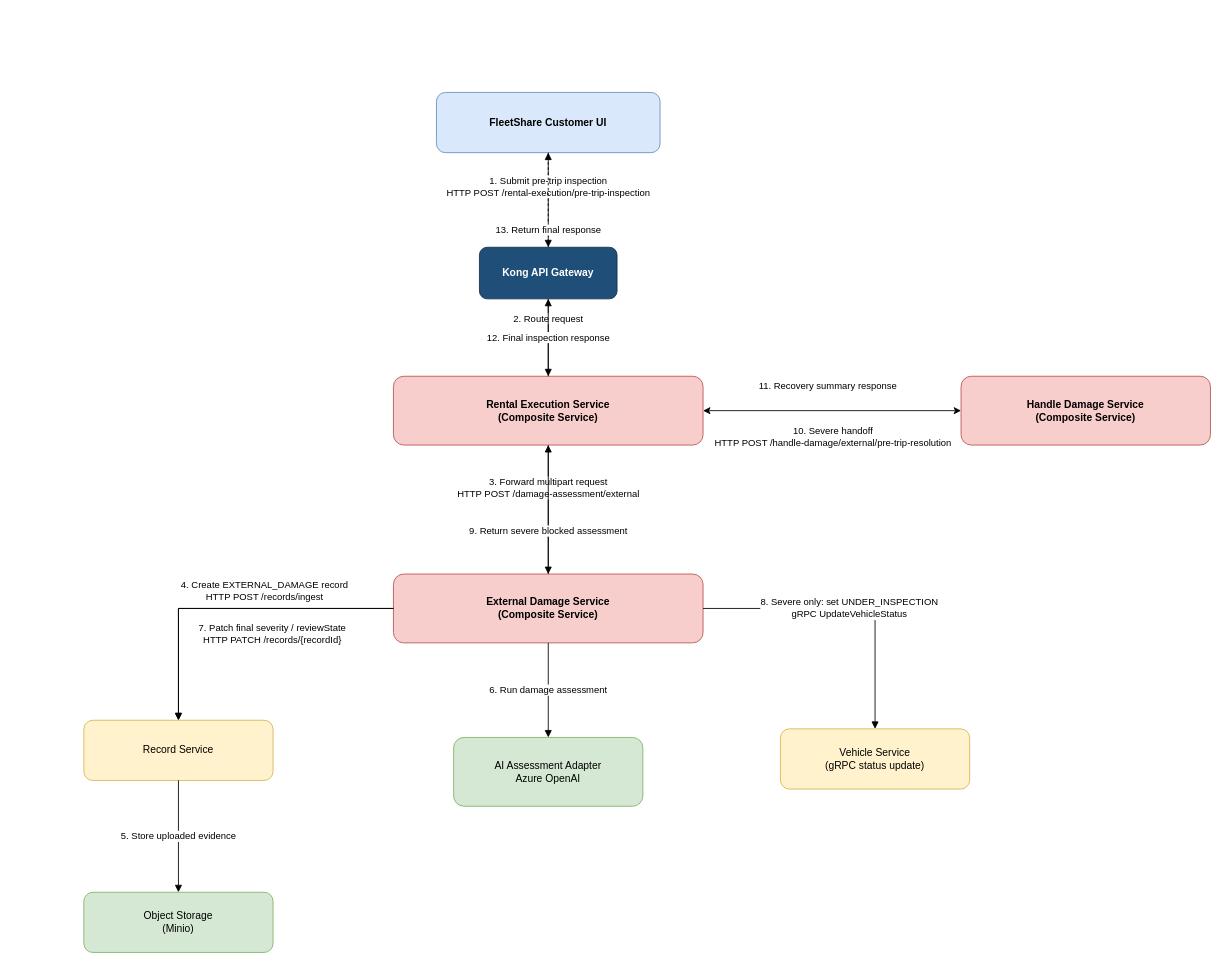
srikartejab/fleetshare keeps this draw.io diagram as docs/report/us2a-pre-trip-external-damage.drawio. Above is the earlier version. Source tidied: cells renumbered, new cells numbered last; positions are measured from the earlier drawing's top-left corner, leaving out a move shared by most shapes. Both pictures are drawn from the tidied source at 86%, with x=0, y=0 at pixel (83, 92).
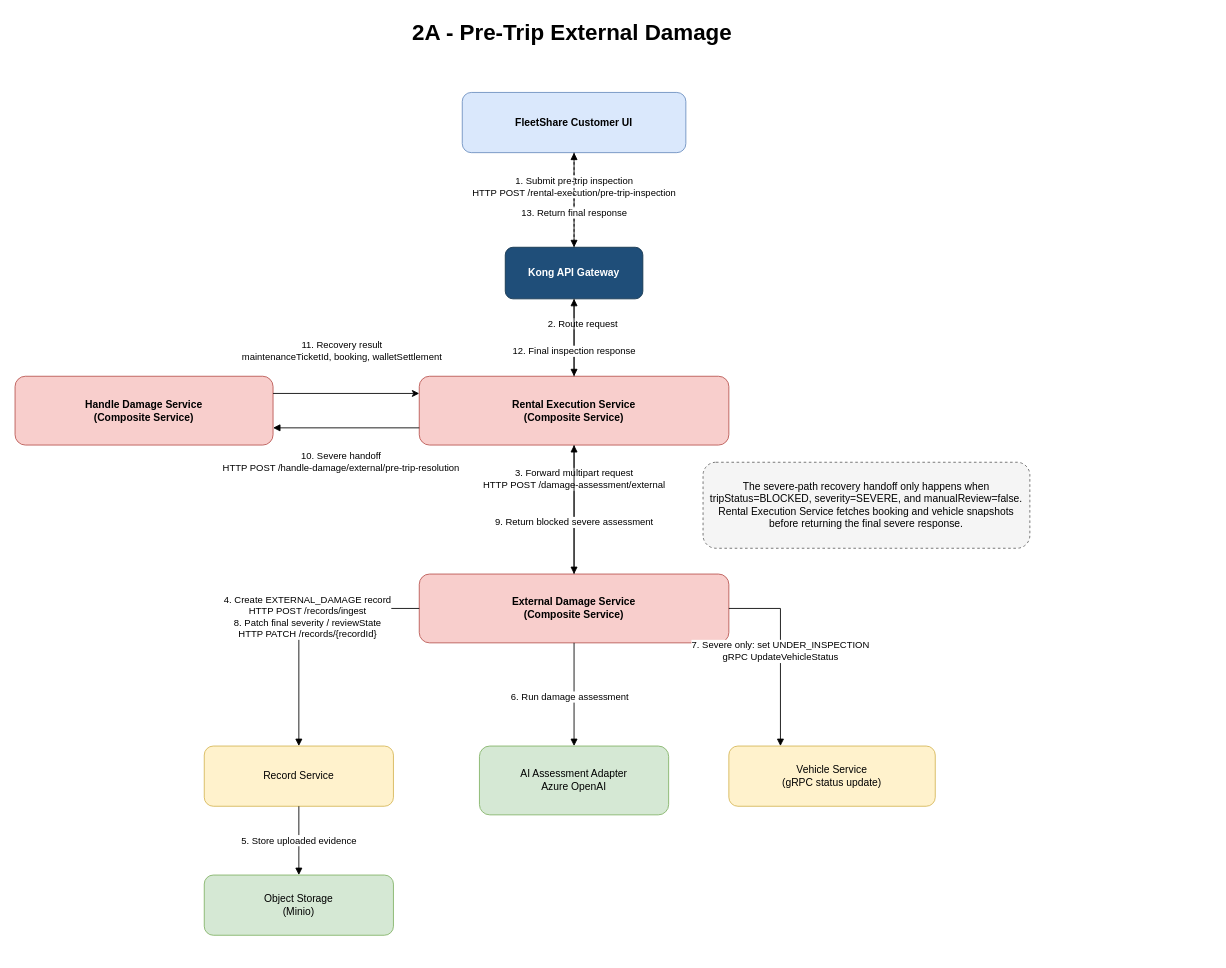
The same page after the edit.

Diff of the diagram source:
```diff
@@
+    <mxCell id="25" value="2A - Pre-Trip External Damage" style="text;html=1;strokeColor=none;fillColor=none;align=left;verticalAlign=middle;fontSize=26;fontStyle=1;" parent="1" vertex="1">
+      <mxGeometry x="380" y="-90" width="500" height="40" as="geometry" />
+    </mxCell>
     <mxCell id="2" value="FleetShare Customer UI" style="rounded=1;whiteSpace=wrap;html=1;fillColor=#dae8fc;strokeColor=#6c8ebf;fontStyle=1;" parent="1" vertex="1">
-      <mxGeometry x="410" width="260" height="70" as="geometry" />
+      <mxGeometry x="440" width="260" height="70" as="geometry" />
     </mxCell>
     <mxCell id="3" value="Kong API Gateway" style="rounded=1;whiteSpace=wrap;html=1;fillColor=#1f4e79;strokeColor=#12344d;fontColor=#ffffff;fontStyle=1;" parent="1" vertex="1">
-      <mxGeometry x="460" y="180" width="160" height="60" as="geometry" />
+      <mxGeometry x="490" y="180" width="160" height="60" as="geometry" />
     </mxCell>
     <mxCell id="4" value="Rental Execution Service&#10;(Composite Service)" style="rounded=1;whiteSpace=wrap;html=1;fillColor=#f8cecc;strokeColor=#b85450;fontStyle=1;" parent="1" vertex="1">
-      <mxGeometry x="360" y="330" width="360" height="80" as="geometry" />
+      <mxGeometry x="390" y="330" width="360" height="80" as="geometry" />
     </mxCell>
     <mxCell id="5" value="External Damage Service&#10;(Composite Service)" style="rounded=1;whiteSpace=wrap;html=1;fillColor=#f8cecc;strokeColor=#b85450;fontStyle=1;" parent="1" vertex="1">
-      <mxGeometry x="360" y="560" width="360" height="80" as="geometry" />
+      <mxGeometry x="390" y="560" width="360" height="80" as="geometry" />
     </mxCell>
     <mxCell id="6" value="Record Service" style="rounded=1;whiteSpace=wrap;html=1;fillColor=#fff2cc;strokeColor=#d6b656;" parent="1" vertex="1">
-      <mxGeometry y="730" width="220" height="70" as="geometry" />
+      <mxGeometry x="140" y="760" width="220" height="70" as="geometry" />
     </mxCell>
     <mxCell id="7" value="Object Storage&lt;br&gt;(Minio)" style="rounded=1;whiteSpace=wrap;html=1;fillColor=#d5e8d4;strokeColor=#82b366;" parent="1" vertex="1">
-      <mxGeometry y="930" width="220" height="70" as="geometry" />
+      <mxGeometry x="140" y="910" width="220" height="70" as="geometry" />
     </mxCell>
     <mxCell id="8" value="AI Assessment Adapter&lt;br&gt;Azure OpenAI" style="rounded=1;whiteSpace=wrap;html=1;fillColor=#d5e8d4;strokeColor=#82b366;" parent="1" vertex="1">
-      <mxGeometry x="430" y="750" width="220" height="80" as="geometry" />
+      <mxGeometry x="460" y="760" width="220" height="80" as="geometry" />
     </mxCell>
-    <mxCell id="9" value="Vehicle Service&#10;(gRPC status update)" style="rounded=1;whiteSpace=wrap;html=1;fillColor=#fff2cc;strokeColor=#d6b656;" parent="1" vertex="1">
-      <mxGeometry x="810" y="740" width="220" height="70" as="geometry" />
+    <mxCell id="9" value="Vehicle Service&lt;br&gt;(gRPC status update)" style="rounded=1;whiteSpace=wrap;html=1;fillColor=#fff2cc;strokeColor=#d6b656;" parent="1" vertex="1">
+      <mxGeometry x="750" y="760" width="240" height="70" as="geometry" />
     </mxCell>
-    <mxCell id="10" value="Handle Damage Service&lt;div&gt;&lt;span style=&quot;color: rgb(0, 0, 0);&quot;&gt;(Composite Service)&lt;/span&gt;&lt;/div&gt;" style="rounded=1;whiteSpace=wrap;html=1;fillColor=#f8cecc;strokeColor=#b85450;fontStyle=1;" parent="1" vertex="1">
-      <mxGeometry x="1020" y="330" width="290" height="80" as="geometry" />
+    <mxCell id="10" value="Handle Damage Service&#10;(Composite Service)" style="rounded=1;whiteSpace=wrap;html=1;fillColor=#f8cecc;strokeColor=#b85450;fontStyle=1;" parent="1" vertex="1">
+      <mxGeometry x="-80" y="330" width="300" height="80" as="geometry" />
     </mxCell>
@@
     <mxCell id="12" value="2. Route request" style="edgeStyle=orthogonalEdgeStyle;rounded=0;html=1;endArrow=block;endFill=1;" parent="1" edge="1" source="3" target="4">
-      <mxGeometry x="-0.5" relative="1" as="geometry" />
+      <mxGeometry x="-0.33" y="10" relative="1" as="geometry">
+        <mxPoint y="-1" as="offset" />
+      </mxGeometry>
     </mxCell>
     <mxCell id="13" value="3. Forward multipart request&#10;HTTP POST /damage-assessment/external" style="edgeStyle=orthogonalEdgeStyle;rounded=0;html=1;endArrow=block;endFill=1;" parent="1" edge="1" source="4" target="5">
-      <mxGeometry x="-0.33" relative="1" as="geometry" />
+      <mxGeometry x="-0.47" relative="1" as="geometry" />
     </mxCell>
-    <mxCell id="14" value="4. Create EXTERNAL_DAMAGE record&#10;HTTP POST /records/ingest" style="edgeStyle=orthogonalEdgeStyle;rounded=0;html=1;endArrow=block;endFill=1;" parent="1" edge="1" source="5" target="6">
-      <mxGeometry x="-0.21" y="-20" relative="1" as="geometry" />
+    <mxCell id="14" value="4. Create EXTERNAL_DAMAGE record&#10;HTTP POST /records/ingest&#10;8. Patch final severity / reviewState&#10;HTTP PATCH /records/{recordId}" style="edgeStyle=orthogonalEdgeStyle;rounded=0;html=1;endArrow=block;endFill=1;" parent="1" edge="1" source="5" target="6">
+      <mxGeometry y="10" relative="1" as="geometry" />
     </mxCell>
@@
     <mxCell id="16" value="6. Run damage assessment" style="edgeStyle=orthogonalEdgeStyle;rounded=0;html=1;endArrow=block;endFill=1;" parent="1" edge="1" source="5" target="8">
-      <mxGeometry relative="1" as="geometry" />
+      <mxGeometry x="0.05" y="-5" relative="1" as="geometry" />
     </mxCell>
-    <mxCell id="17" value="7. Patch final severity / reviewState&#10;HTTP PATCH /records/{recordId}" style="edgeStyle=orthogonalEdgeStyle;rounded=0;html=1;endArrow=block;endFill=1;" parent="1" edge="1" source="5" target="6">
-      <mxGeometry x="-0.26" y="30" relative="1" as="geometry">
-        <Array as="points">
-          <mxPoint x="110" y="600" />
-        </Array>
-      </mxGeometry>
+    <mxCell id="17" value="7. Severe only: set UNDER_INSPECTION&#10;gRPC UpdateVehicleStatus" style="edgeStyle=orthogonalEdgeStyle;rounded=0;html=1;endArrow=block;endFill=1;exitX=1;exitY=0.5;exitDx=0;exitDy=0;entryX=0.25;entryY=0;entryDx=0;entryDy=0;" parent="1" edge="1" source="5" target="9">
+      <mxGeometry relative="1" as="geometry" />
     </mxCell>
-    <mxCell id="18" value="8. Severe only: set UNDER_INSPECTION&#10;gRPC UpdateVehicleStatus" style="edgeStyle=orthogonalEdgeStyle;rounded=0;html=1;endArrow=block;endFill=1;" parent="1" edge="1" source="5" target="9">
-      <mxGeometry relative="1" as="geometry" />
+    <mxCell id="18" value="9. Return blocked severe assessment" style="edgeStyle=orthogonalEdgeStyle;rounded=0;html=1;endArrow=block;endFill=1;" parent="1" edge="1" source="5" target="4">
+      <mxGeometry x="-0.2" relative="1" as="geometry" />
     </mxCell>
-    <mxCell id="19" value="9. Return severe blocked assessment" style="edgeStyle=orthogonalEdgeStyle;rounded=0;html=1;endArrow=block;endFill=1;" parent="1" edge="1" source="5" target="4">
-      <mxGeometry x="-0.33" relative="1" as="geometry" />
-    </mxCell>
-    <mxCell id="20" value="12. Final inspection response" style="edgeStyle=orthogonalEdgeStyle;rounded=0;html=1;endArrow=block;endFill=1;entryX=0.5;entryY=1;entryDx=0;entryDy=0;" parent="1" edge="1" source="4" target="3">
-      <mxGeometry relative="1" as="geometry" />
-    </mxCell>
+    <mxCell id="24" value="10. Severe handoff&lt;br&gt;HTTP POST /handle-damage/external/pre-trip-resolution" style="edgeStyle=orthogonalEdgeStyle;rounded=0;html=1;endArrow=block;endFill=1;exitX=0;exitY=0.75;exitDx=0;exitDy=0;entryX=1;entryY=0.75;entryDx=0;entryDy=0;" parent="1" edge="1" source="4" target="10">
+      <mxGeometry x="0.06" y="40" relative="1" as="geometry">
+        <mxPoint x="-1" as="offset" />
+      </mxGeometry>
+    </mxCell>
-    <mxCell id="21" value="13. Return final response" style="edgeStyle=orthogonalEdgeStyle;rounded=0;html=1;endArrow=block;endFill=1;dashed=1;" parent="1" edge="1" source="3" target="2">
-      <mxGeometry x="-0.64" relative="1" as="geometry" />
+    <mxCell id="21" value="12. Final inspection response" style="edgeStyle=orthogonalEdgeStyle;rounded=0;html=1;endArrow=block;endFill=1;" parent="1" edge="1" source="4" target="3">
+      <mxGeometry x="-0.33" relative="1" as="geometry">
+        <mxPoint y="1" as="offset" />
+      </mxGeometry>
     </mxCell>
-    <mxCell id="22" style="endArrow=classic;startArrow=classic;html=1;exitX=1;exitY=0.5;exitDx=0;exitDy=0;" parent="1" edge="1" source="4" target="10">
-      <mxGeometry relative="1" as="geometry" />
-    </mxCell>
-    <mxCell id="23" value="&lt;span style=&quot;color: rgb(0, 0, 0);&quot;&gt;11. Recovery summary response&lt;/span&gt;" style="edgeLabel;html=1;align=center;verticalAlign=middle;" parent="22" vertex="1">
-      <mxGeometry x="-0.04" y="1" relative="1" as="geometry">
-        <mxPoint y="-29" as="offset" />
-      </mxGeometry>
-    </mxCell>
-    <mxCell id="24" value="&lt;span style=&quot;color: rgb(0, 0, 0);&quot;&gt;10. Severe handoff&lt;/span&gt;&lt;br style=&quot;color: rgb(63, 63, 63); scrollbar-color: rgb(226, 226, 226) rgb(251, 251, 251);&quot;&gt;&lt;span style=&quot;color: rgb(0, 0, 0);&quot;&gt;HTTP POST /handle-damage/external/pre-trip-resolution&lt;/span&gt;" style="edgeLabel;html=1;align=center;verticalAlign=middle;" parent="22" vertex="1">
-      <mxGeometry x="0.29" y="-2" relative="1" as="geometry">
-        <mxPoint x="-44" y="28" as="offset" />
-      </mxGeometry>
-    </mxCell>
+    <mxCell id="26" value="13. Return final response" style="edgeStyle=orthogonalEdgeStyle;rounded=0;html=1;endArrow=block;endFill=1;dashed=1;" parent="1" edge="1" source="3" target="2">
+      <mxGeometry x="-0.27" relative="1" as="geometry" />
+    </mxCell>
+    <mxCell id="27" value="The severe-path recovery handoff only happens when tripStatus=BLOCKED, severity=SEVERE, and manualReview=false.&#10;Rental Execution Service fetches booking and vehicle snapshots before returning the final severe response." style="rounded=1;whiteSpace=wrap;html=1;fillColor=#f5f5f5;strokeColor=#666666;dashed=1;" parent="1" vertex="1">
+      <mxGeometry x="720" y="430" width="380" height="100" as="geometry" />
+    </mxCell>
+    <mxCell id="28" style="endArrow=classic;html=1;rounded=0;exitX=1;exitY=0.25;exitDx=0;exitDy=0;entryX=0;entryY=0.25;entryDx=0;entryDy=0;" parent="1" edge="1" source="10" target="4">
+      <mxGeometry relative="1" as="geometry" />
+    </mxCell>
+    <mxCell id="29" value="11. Recovery result&lt;br&gt;maintenanceTicketId, booking, walletSettlement" style="edgeLabel;html=1;align=center;verticalAlign=middle;" parent="28" vertex="1">
+      <mxGeometry x="0.17" y="3" relative="1" as="geometry">
+        <mxPoint x="-20" y="-47" as="offset" />
+      </mxGeometry>
+    </mxCell>
```
